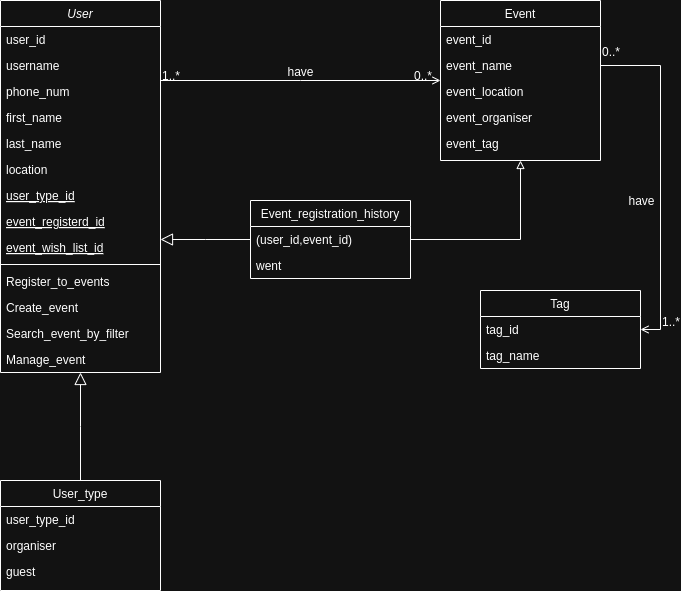
Above: event-management/event_management.png in aMAAmina/database-design (draw.io), before the change. Source tidied: cells renumbered, new cells last; positions are measured from the earlier drawing's top-left corner, leaving out a move shared by most shapes. Source of this version:
```xml
<mxGraphModel>
  <root>
    <mxCell id="0" />
    <mxCell id="1" parent="0" />
    <mxCell id="2" value="User" style="swimlane;fontStyle=2;align=center;verticalAlign=top;horizontal=1;startSize=26;rounded=0;shadow=0;strokeWidth=1;" parent="1" vertex="1">
      <mxGeometry width="160" height="372" as="geometry" />
    </mxCell>
    <mxCell id="3" value="user_id" style="text;align=left;verticalAlign=top;spacingLeft=4;spacingRight=4;overflow=hidden;" parent="2" vertex="1">
      <mxGeometry y="26" width="160" height="26" as="geometry" />
    </mxCell>
    <mxCell id="4" value="username" style="text;align=left;verticalAlign=top;spacingLeft=4;spacingRight=4;overflow=hidden;rounded=0;shadow=0;html=0;" parent="2" vertex="1">
      <mxGeometry y="52" width="160" height="26" as="geometry" />
    </mxCell>
    <mxCell id="5" value="phone_num" style="text;align=left;verticalAlign=top;spacingLeft=4;spacingRight=4;overflow=hidden;rounded=0;shadow=0;html=0;" parent="2" vertex="1">
      <mxGeometry y="78" width="160" height="26" as="geometry" />
    </mxCell>
    <mxCell id="6" value="first_name" style="text;align=left;verticalAlign=top;spacingLeft=4;spacingRight=4;overflow=hidden;" parent="2" vertex="1">
      <mxGeometry y="104" width="160" height="26" as="geometry" />
    </mxCell>
    <mxCell id="7" value="last_name" style="text;align=left;verticalAlign=top;spacingLeft=4;spacingRight=4;overflow=hidden;" parent="2" vertex="1">
      <mxGeometry y="130" width="160" height="26" as="geometry" />
    </mxCell>
    <mxCell id="8" value="location" style="text;align=left;verticalAlign=top;spacingLeft=4;spacingRight=4;overflow=hidden;" parent="2" vertex="1">
      <mxGeometry y="156" width="160" height="26" as="geometry" />
    </mxCell>
    <mxCell id="9" value="user_type_id" style="text;align=left;verticalAlign=top;spacingLeft=4;spacingRight=4;overflow=hidden;fontStyle=4;" parent="2" vertex="1">
      <mxGeometry y="182" width="160" height="26" as="geometry" />
    </mxCell>
    <mxCell id="10" value="event_registerd_id" style="text;align=left;verticalAlign=top;spacingLeft=4;spacingRight=4;overflow=hidden;fontStyle=4;" parent="2" vertex="1">
      <mxGeometry y="208" width="160" height="26" as="geometry" />
    </mxCell>
    <mxCell id="11" value="event_wish_list_id" style="text;align=left;verticalAlign=top;spacingLeft=4;spacingRight=4;overflow=hidden;fontStyle=4;" parent="2" vertex="1">
      <mxGeometry y="234" width="160" height="26" as="geometry" />
    </mxCell>
    <mxCell id="12" style="line;html=1;strokeWidth=1;align=left;verticalAlign=middle;spacingTop=-1;spacingLeft=3;spacingRight=3;labelPosition=right;" parent="2" vertex="1">
      <mxGeometry y="260" width="160" height="8" as="geometry" />
    </mxCell>
    <mxCell id="13" value="Register_to_events" style="text;align=left;verticalAlign=top;spacingLeft=4;spacingRight=4;overflow=hidden;points=[[0,0.5],[1,0.5]];portConstraint=eastwest;" parent="2" vertex="1">
      <mxGeometry y="268" width="160" height="26" as="geometry" />
    </mxCell>
    <mxCell id="14" value="Create_event" style="text;align=left;verticalAlign=top;spacingLeft=4;spacingRight=4;overflow=hidden;" parent="2" vertex="1">
      <mxGeometry y="294" width="160" height="26" as="geometry" />
    </mxCell>
    <mxCell id="15" value="Search_event_by_filter" style="text;align=left;verticalAlign=top;spacingLeft=4;spacingRight=4;overflow=hidden;" parent="2" vertex="1">
      <mxGeometry y="320" width="160" height="26" as="geometry" />
    </mxCell>
    <mxCell id="16" value="Manage_event" style="text;align=left;verticalAlign=top;spacingLeft=4;spacingRight=4;overflow=hidden;" parent="2" vertex="1">
      <mxGeometry y="346" width="160" height="26" as="geometry" />
    </mxCell>
    <mxCell id="17" value="User_type" style="swimlane;fontStyle=0;align=center;verticalAlign=top;horizontal=1;startSize=26;rounded=0;shadow=0;strokeWidth=1;" parent="1" vertex="1">
      <mxGeometry y="480" width="160" height="110" as="geometry" />
    </mxCell>
    <mxCell id="18" value="user_type_id" style="text;align=left;verticalAlign=top;spacingLeft=4;spacingRight=4;overflow=hidden;fontStyle=0;" parent="17" vertex="1">
      <mxGeometry y="26" width="160" height="26" as="geometry" />
    </mxCell>
    <mxCell id="19" value="organiser" style="text;align=left;verticalAlign=top;spacingLeft=4;spacingRight=4;overflow=hidden;rounded=0;shadow=0;html=0;" parent="17" vertex="1">
      <mxGeometry y="52" width="160" height="26" as="geometry" />
    </mxCell>
    <mxCell id="20" value="guest" style="text;align=left;verticalAlign=top;spacingLeft=4;spacingRight=4;overflow=hidden;" parent="17" vertex="1">
      <mxGeometry y="78" width="160" height="26" as="geometry" />
    </mxCell>
    <mxCell id="21" style="endArrow=block;endSize=10;endFill=0;shadow=0;strokeWidth=1;rounded=0;curved=0;edgeStyle=elbowEdgeStyle;elbow=vertical;" parent="1" edge="1" source="17" target="2">
      <mxGeometry relative="1" as="geometry" />
    </mxCell>
    <mxCell id="22" style="edgeStyle=orthogonalEdgeStyle;rounded=0;jettySize=auto;html=1;entryX=0.5;entryY=1;entryDx=0;entryDy=0;endArrow=block;endFill=0;" parent="1" edge="1" source="23" target="28">
      <mxGeometry relative="1" as="geometry" />
    </mxCell>
    <mxCell id="23" value="Event_registration_history" style="swimlane;fontStyle=0;align=center;verticalAlign=top;horizontal=1;startSize=26;rounded=0;shadow=0;strokeWidth=1;" parent="1" vertex="1">
      <mxGeometry x="250" y="200" width="160" height="78" as="geometry" />
    </mxCell>
    <mxCell id="24" value="(user_id,event_id)" style="text;align=left;verticalAlign=top;spacingLeft=4;spacingRight=4;overflow=hidden;" parent="23" vertex="1">
      <mxGeometry y="26" width="160" height="26" as="geometry" />
    </mxCell>
    <mxCell id="25" value="went" style="text;align=left;verticalAlign=top;spacingLeft=4;spacingRight=4;overflow=hidden;" parent="23" vertex="1">
      <mxGeometry y="52" width="160" height="26" as="geometry" />
    </mxCell>
    <mxCell id="26" style="endArrow=block;endSize=10;endFill=0;shadow=0;strokeWidth=1;rounded=0;curved=0;edgeStyle=elbowEdgeStyle;elbow=vertical;" parent="1" edge="1" source="23" target="2">
      <mxGeometry relative="1" as="geometry" />
    </mxCell>
    <mxCell id="27" style="edgeStyle=orthogonalEdgeStyle;rounded=0;jettySize=auto;html=1;entryX=1;entryY=0.5;entryDx=0;entryDy=0;exitX=1;exitY=0.5;exitDx=0;exitDy=0;endArrow=open;endFill=0;" parent="1" edge="1" source="30" target="42">
      <mxGeometry relative="1" as="geometry" />
    </mxCell>
    <mxCell id="28" value="Event" style="swimlane;fontStyle=0;align=center;verticalAlign=top;horizontal=1;startSize=26;rounded=0;shadow=0;strokeWidth=1;" parent="1" vertex="1">
      <mxGeometry x="440" width="160" height="160" as="geometry" />
    </mxCell>
    <mxCell id="29" value="event_id" style="text;align=left;verticalAlign=top;spacingLeft=4;spacingRight=4;overflow=hidden;" parent="28" vertex="1">
      <mxGeometry y="26" width="160" height="26" as="geometry" />
    </mxCell>
    <mxCell id="30" value="event_name" style="text;align=left;verticalAlign=top;spacingLeft=4;spacingRight=4;overflow=hidden;points=[[0,0.5],[1,0.5]];portConstraint=eastwest;rounded=0;shadow=0;html=0;" parent="28" vertex="1">
      <mxGeometry y="52" width="160" height="26" as="geometry" />
    </mxCell>
    <mxCell id="31" value="event_location" style="text;align=left;verticalAlign=top;spacingLeft=4;spacingRight=4;overflow=hidden;rounded=0;shadow=0;html=0;" parent="28" vertex="1">
      <mxGeometry y="78" width="160" height="26" as="geometry" />
    </mxCell>
    <mxCell id="32" value="event_organiser" style="text;align=left;verticalAlign=top;spacingLeft=4;spacingRight=4;overflow=hidden;rounded=0;shadow=0;html=0;" parent="28" vertex="1">
      <mxGeometry y="104" width="160" height="26" as="geometry" />
    </mxCell>
    <mxCell id="33" value="event_tag" style="text;align=left;verticalAlign=top;spacingLeft=4;spacingRight=4;overflow=hidden;points=[[0,0.5],[1,0.5]];portConstraint=eastwest;rounded=0;shadow=0;html=0;" parent="28" vertex="1">
      <mxGeometry y="130" width="160" height="26" as="geometry" />
    </mxCell>
    <mxCell id="34" style="endArrow=open;shadow=0;strokeWidth=1;rounded=0;curved=0;endFill=1;edgeStyle=elbowEdgeStyle;elbow=vertical;" parent="1" edge="1" source="2" target="28">
      <mxGeometry x="0.5" y="41" relative="1" as="geometry">
        <mxPoint x="-40" y="32" as="offset" />
      </mxGeometry>
    </mxCell>
    <mxCell id="35" value="1..*" style="align=left;verticalAlign=bottom;labelBackgroundColor=none;fontSize=12;" parent="34" vertex="1">
      <mxGeometry x="-1" relative="1" as="geometry">
        <mxPoint y="4" as="offset" />
      </mxGeometry>
    </mxCell>
    <mxCell id="36" value="0..*" style="align=right;verticalAlign=bottom;labelBackgroundColor=none;fontSize=12;" parent="34" vertex="1">
      <mxGeometry x="1" relative="1" as="geometry">
        <mxPoint x="-7" y="4" as="offset" />
      </mxGeometry>
    </mxCell>
    <mxCell id="37" value="have" style="text;html=1;align=center;verticalAlign=middle;labelBackgroundColor=none;rounded=0;shadow=0;strokeWidth=1;fontSize=12;" parent="34" vertex="1">
      <mxGeometry x="0.5" y="49" relative="1" as="geometry">
        <mxPoint x="-71" y="40" as="offset" />
      </mxGeometry>
    </mxCell>
    <mxCell id="38" value="have" style="text;html=1;align=center;verticalAlign=middle;labelBackgroundColor=none;rounded=0;shadow=0;strokeWidth=1;fontSize=12;" parent="34" vertex="1">
      <mxGeometry x="0.5" y="49" relative="1" as="geometry">
        <mxPoint x="270" y="169" as="offset" />
      </mxGeometry>
    </mxCell>
    <mxCell id="39" value="1..*" style="align=left;verticalAlign=bottom;labelBackgroundColor=none;fontSize=12;" parent="34" vertex="1">
      <mxGeometry x="-1" relative="1" as="geometry">
        <mxPoint x="500" y="250" as="offset" />
      </mxGeometry>
    </mxCell>
    <mxCell id="40" value="0..*" style="align=left;verticalAlign=bottom;labelBackgroundColor=none;fontSize=12;" parent="34" vertex="1">
      <mxGeometry x="-1" relative="1" as="geometry">
        <mxPoint x="440" y="-20" as="offset" />
      </mxGeometry>
    </mxCell>
    <mxCell id="41" value="Tag" style="swimlane;fontStyle=0;align=center;verticalAlign=top;horizontal=1;startSize=26;rounded=0;shadow=0;strokeWidth=1;" parent="1" vertex="1">
      <mxGeometry x="480" y="290" width="160" height="78" as="geometry" />
    </mxCell>
    <mxCell id="42" value="tag_id" style="text;align=left;verticalAlign=top;spacingLeft=4;spacingRight=4;overflow=hidden;points=[[0,0.5],[1,0.5]];portConstraint=eastwest;" parent="41" vertex="1">
      <mxGeometry y="26" width="160" height="26" as="geometry" />
    </mxCell>
    <mxCell id="43" value="tag_name" style="text;align=left;verticalAlign=top;spacingLeft=4;spacingRight=4;overflow=hidden;" parent="41" vertex="1">
      <mxGeometry y="52" width="160" height="26" as="geometry" />
    </mxCell>
  </root>
</mxGraphModel>
```
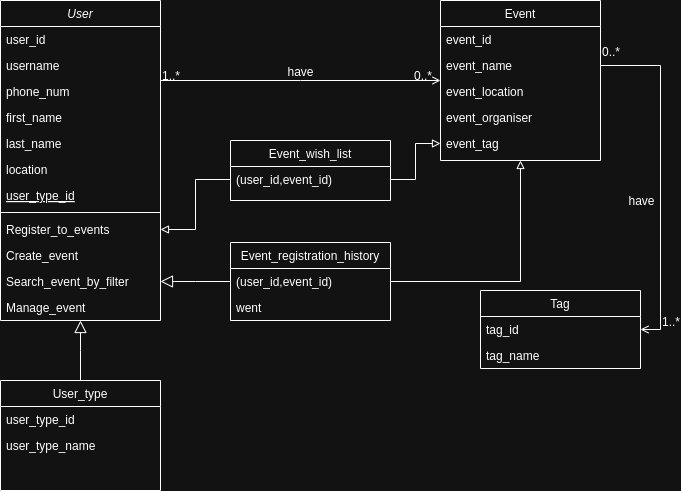
After the commit.

Commit message:
add event-management-script.sql and update its md and ERD

Diff of the diagram source:
```diff
@@ -3,7 +3,7 @@
     <mxCell id="0" />
     <mxCell id="1" parent="0" />
     <mxCell id="2" value="User" style="swimlane;fontStyle=2;align=center;verticalAlign=top;horizontal=1;startSize=26;rounded=0;shadow=0;strokeWidth=1;" parent="1" vertex="1">
-      <mxGeometry width="160" height="372" as="geometry" />
+      <mxGeometry width="160" height="320" as="geometry" />
     </mxCell>
     <mxCell id="3" value="user_id" style="text;align=left;verticalAlign=top;spacingLeft=4;spacingRight=4;overflow=hidden;" parent="2" vertex="1">
       <mxGeometry y="26" width="160" height="26" as="geometry" />
@@ -26,39 +26,30 @@
     <mxCell id="9" value="user_type_id" style="text;align=left;verticalAlign=top;spacingLeft=4;spacingRight=4;overflow=hidden;fontStyle=4;" parent="2" vertex="1">
       <mxGeometry y="182" width="160" height="26" as="geometry" />
     </mxCell>
-    <mxCell id="10" value="event_registerd_id" style="text;align=left;verticalAlign=top;spacingLeft=4;spacingRight=4;overflow=hidden;fontStyle=4;" parent="2" vertex="1">
-      <mxGeometry y="208" width="160" height="26" as="geometry" />
-    </mxCell>
-    <mxCell id="11" value="event_wish_list_id" style="text;align=left;verticalAlign=top;spacingLeft=4;spacingRight=4;overflow=hidden;fontStyle=4;" parent="2" vertex="1">
-      <mxGeometry y="234" width="160" height="26" as="geometry" />
-    </mxCell>
     <mxCell id="12" style="line;html=1;strokeWidth=1;align=left;verticalAlign=middle;spacingTop=-1;spacingLeft=3;spacingRight=3;labelPosition=right;" parent="2" vertex="1">
-      <mxGeometry y="260" width="160" height="8" as="geometry" />
+      <mxGeometry y="208" width="160" height="8" as="geometry" />
     </mxCell>
     <mxCell id="13" value="Register_to_events" style="text;align=left;verticalAlign=top;spacingLeft=4;spacingRight=4;overflow=hidden;points=[[0,0.5],[1,0.5]];portConstraint=eastwest;" parent="2" vertex="1">
-      <mxGeometry y="268" width="160" height="26" as="geometry" />
+      <mxGeometry y="216" width="160" height="26" as="geometry" />
     </mxCell>
     <mxCell id="14" value="Create_event" style="text;align=left;verticalAlign=top;spacingLeft=4;spacingRight=4;overflow=hidden;" parent="2" vertex="1">
-      <mxGeometry y="294" width="160" height="26" as="geometry" />
+      <mxGeometry y="242" width="160" height="26" as="geometry" />
     </mxCell>
     <mxCell id="15" value="Search_event_by_filter" style="text;align=left;verticalAlign=top;spacingLeft=4;spacingRight=4;overflow=hidden;" parent="2" vertex="1">
-      <mxGeometry y="320" width="160" height="26" as="geometry" />
+      <mxGeometry y="268" width="160" height="26" as="geometry" />
     </mxCell>
     <mxCell id="16" value="Manage_event" style="text;align=left;verticalAlign=top;spacingLeft=4;spacingRight=4;overflow=hidden;" parent="2" vertex="1">
-      <mxGeometry y="346" width="160" height="26" as="geometry" />
+      <mxGeometry y="294" width="160" height="26" as="geometry" />
     </mxCell>
     <mxCell id="17" value="User_type" style="swimlane;fontStyle=0;align=center;verticalAlign=top;horizontal=1;startSize=26;rounded=0;shadow=0;strokeWidth=1;" parent="1" vertex="1">
-      <mxGeometry y="480" width="160" height="110" as="geometry" />
+      <mxGeometry y="380" width="160" height="110" as="geometry" />
     </mxCell>
     <mxCell id="18" value="user_type_id" style="text;align=left;verticalAlign=top;spacingLeft=4;spacingRight=4;overflow=hidden;fontStyle=0;" parent="17" vertex="1">
       <mxGeometry y="26" width="160" height="26" as="geometry" />
     </mxCell>
-    <mxCell id="19" value="organiser" style="text;align=left;verticalAlign=top;spacingLeft=4;spacingRight=4;overflow=hidden;rounded=0;shadow=0;html=0;" parent="17" vertex="1">
+    <mxCell id="19" value="user_type_name" style="text;align=left;verticalAlign=top;spacingLeft=4;spacingRight=4;overflow=hidden;rounded=0;shadow=0;html=0;" parent="17" vertex="1">
       <mxGeometry y="52" width="160" height="26" as="geometry" />
     </mxCell>
-    <mxCell id="20" value="guest" style="text;align=left;verticalAlign=top;spacingLeft=4;spacingRight=4;overflow=hidden;" parent="17" vertex="1">
-      <mxGeometry y="78" width="160" height="26" as="geometry" />
-    </mxCell>
     <mxCell id="21" style="endArrow=block;endSize=10;endFill=0;shadow=0;strokeWidth=1;rounded=0;curved=0;edgeStyle=elbowEdgeStyle;elbow=vertical;" parent="1" edge="1" source="17" target="2">
       <mxGeometry relative="1" as="geometry" />
     </mxCell>
@@ -66,7 +57,7 @@
       <mxGeometry relative="1" as="geometry" />
     </mxCell>
     <mxCell id="23" value="Event_registration_history" style="swimlane;fontStyle=0;align=center;verticalAlign=top;horizontal=1;startSize=26;rounded=0;shadow=0;strokeWidth=1;" parent="1" vertex="1">
-      <mxGeometry x="250" y="200" width="160" height="78" as="geometry" />
+      <mxGeometry x="230" y="242" width="160" height="78" as="geometry" />
     </mxCell>
     <mxCell id="24" value="(user_id,event_id)" style="text;align=left;verticalAlign=top;spacingLeft=4;spacingRight=4;overflow=hidden;" parent="23" vertex="1">
       <mxGeometry y="26" width="160" height="26" as="geometry" />
@@ -142,5 +133,17 @@
     <mxCell id="43" value="tag_name" style="text;align=left;verticalAlign=top;spacingLeft=4;spacingRight=4;overflow=hidden;" parent="41" vertex="1">
       <mxGeometry y="52" width="160" height="26" as="geometry" />
     </mxCell>
+    <mxCell id="44" value="Event_wish_list" style="swimlane;fontStyle=0;align=center;verticalAlign=top;horizontal=1;startSize=26;rounded=0;shadow=0;strokeWidth=1;" parent="1" vertex="1">
+      <mxGeometry x="230" y="140" width="160" height="60" as="geometry" />
+    </mxCell>
+    <mxCell id="45" value="(user_id,event_id)" style="text;align=left;verticalAlign=top;spacingLeft=4;spacingRight=4;overflow=hidden;points=[[0,0.5],[1,0.5]];portConstraint=eastwest;" parent="44" vertex="1">
+      <mxGeometry y="26" width="160" height="26" as="geometry" />
+    </mxCell>
+    <mxCell id="46" style="edgeStyle=orthogonalEdgeStyle;rounded=0;jettySize=auto;html=1;endArrow=block;endFill=0;" parent="1" edge="1" source="45" target="13">
+      <mxGeometry relative="1" as="geometry" />
+    </mxCell>
+    <mxCell id="47" style="edgeStyle=orthogonalEdgeStyle;rounded=0;jettySize=auto;html=1;endArrow=block;endFill=0;" parent="1" edge="1" source="45" target="33">
+      <mxGeometry relative="1" as="geometry" />
+    </mxCell>
   </root>
 </mxGraphModel>
```
